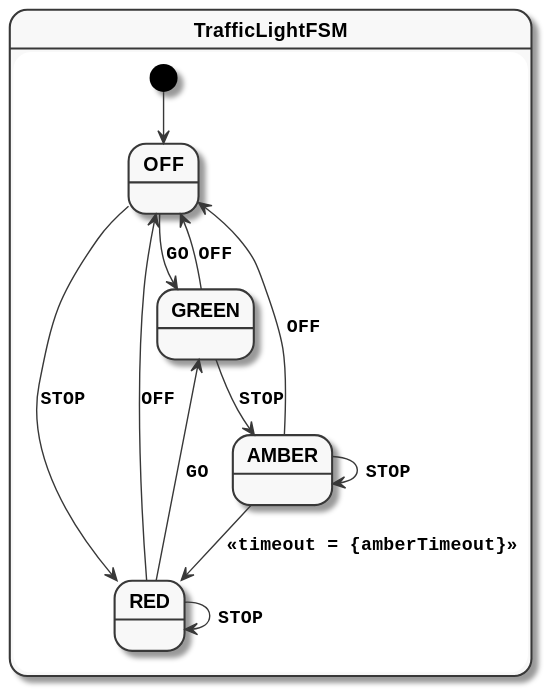
This is traffic-light-simple.svg from open-jumpco/kfsm-mpp-compose-traffic, a PlantUML export, as it was before one commit. The source it was exported from:
```plantuml
@startuml
skinparam monochrome true
skinparam StateFontName Helvetica
skinparam defaultFontName Monospaced
skinparam defaultFontStyle Bold
skinparam state {
    FontStyle Bold
}
state TrafficLightFSM {
[*] --> OFF
OFF --> GREEN : GO
OFF --> RED : STOP
RED --> GREEN : GO
RED --> RED : STOP
RED --> OFF : OFF
AMBER --> RED : <<timeout = {amberTimeout}>>
AMBER --> AMBER : STOP
AMBER --> OFF : OFF
GREEN --> AMBER : STOP
GREEN --> OFF : OFF
}
@enduml
```
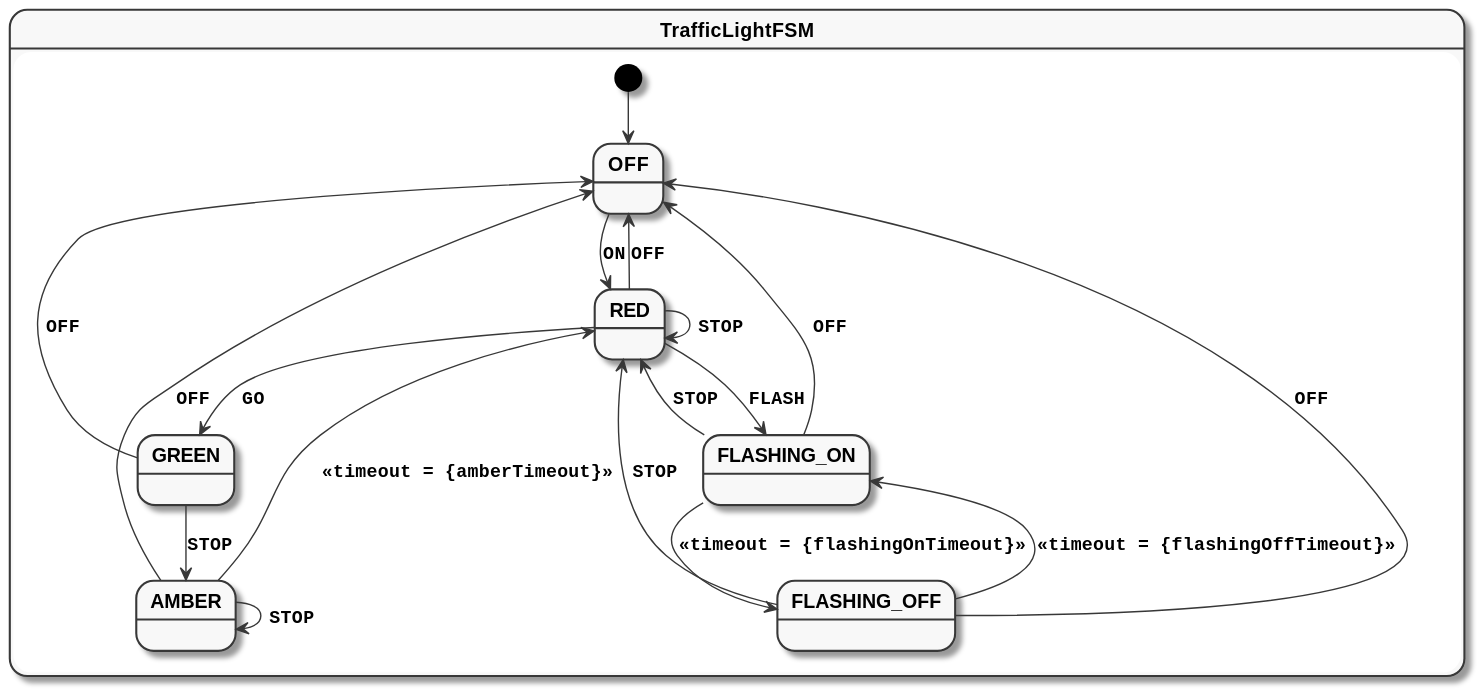
Above is the later version.

Diff of the diagram source:
```diff
@@ -8,15 +8,21 @@
 }
 state TrafficLightFSM {
 [*] --> OFF
-OFF --> GREEN : GO
-OFF --> RED : STOP
+OFF --> RED : ON
 RED --> GREEN : GO
 RED --> RED : STOP
 RED --> OFF : OFF
+RED --> FLASHING_ON : FLASH
 AMBER --> RED : <<timeout = {amberTimeout}>>
 AMBER --> AMBER : STOP
 AMBER --> OFF : OFF
 GREEN --> AMBER : STOP
 GREEN --> OFF : OFF
+FLASHING_ON --> FLASHING_OFF : <<timeout = {flashingOnTimeout}>>
+FLASHING_ON --> OFF : OFF
+FLASHING_ON --> RED : STOP
+FLASHING_OFF --> FLASHING_ON : <<timeout = {flashingOffTimeout}>>
+FLASHING_OFF --> OFF : OFF
+FLASHING_OFF --> RED : STOP
 }
 @enduml
```
